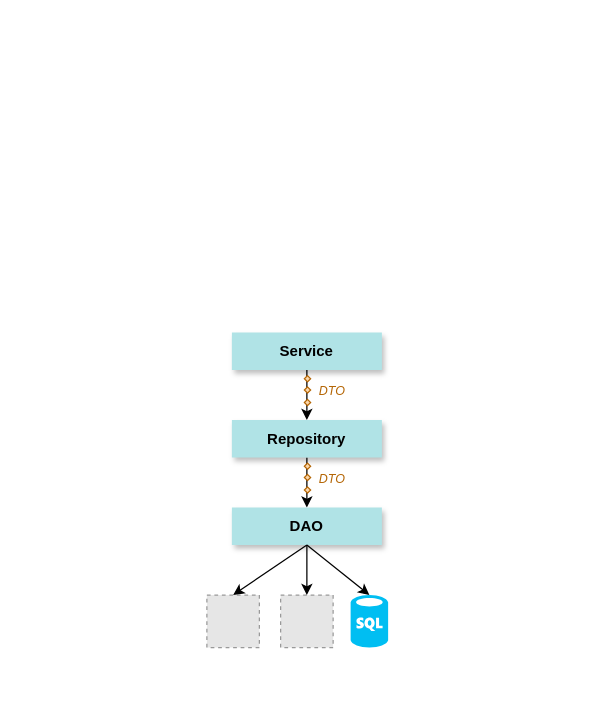
Above: page "packages" (1 of 4) of path/resources/diagrams.drawio in miguel-armas-abt/roadmap-java (draw.io), before the change. Source tidied: cells renumbered, new cells numbered last; positions are measured from the earlier drawing's top-left corner, leaving out a move shared by most shapes. Both pictures are drawn from the tidied source at 125%, with x=0, y=0 at pixel (194, 311). Pictures stored in the file or linked from it are replaced by grey dashed boxes.
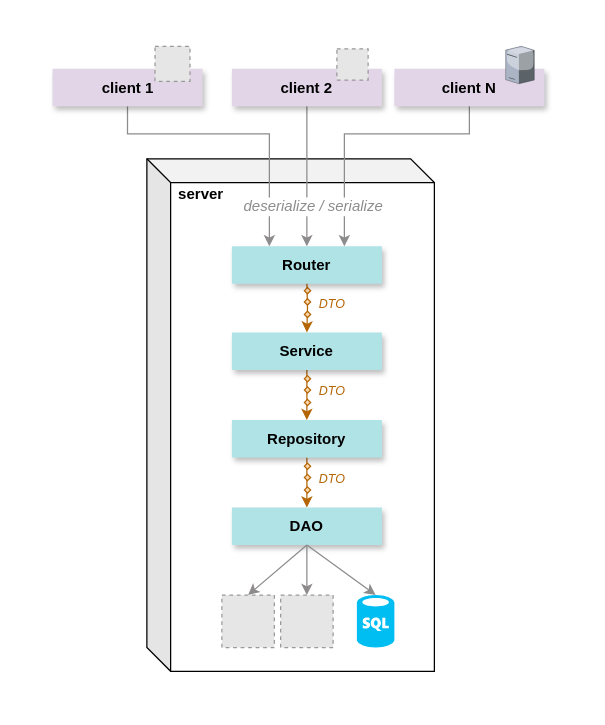
Above is the later version.

The change refers to these unchanged cells:
```xml
<mxCell id="4" value="Service" style="rounded=0;whiteSpace=wrap;html=1;fillColor=#b0e3e6;strokeColor=none;shadow=1;fontStyle=1;" parent="1" vertex="1">
  <mxGeometry x="30" y="16.5" width="120" height="30" as="geometry" />
</mxCell>
<mxCell id="6" value="Repository" style="rounded=0;whiteSpace=wrap;html=1;fillColor=#b0e3e6;strokeColor=none;shadow=1;fontStyle=1;" parent="1" vertex="1">
  <mxGeometry x="30" y="86.5" width="120" height="30" as="geometry" />
</mxCell>
<mxCell id="7" value="DAO" style="rounded=0;whiteSpace=wrap;html=1;fillColor=#b0e3e6;strokeColor=none;shadow=1;fontStyle=1;" parent="1" vertex="1">
  <mxGeometry x="30" y="156.5" width="120" height="30" as="geometry" />
</mxCell>
<mxCell id="10" style="fillColor=#E6E6E6;strokeColor=#999999;dashed=1;verticalLabelPosition=bottom;labelBackgroundColor=default;verticalAlign=top;" parent="1" vertex="1">
  <mxGeometry x="69" y="226.5" width="42" height="42" as="geometry" />
</mxCell>
```

What changed in the source:
```diff
@@
     <mxCell id="2" style="rounded=0;whiteSpace=wrap;html=1;strokeColor=none;" parent="1" vertex="1">
-      <mxGeometry width="180" height="286.5" as="geometry" />
+      <mxGeometry x="-138" y="-232.5" width="450" height="545.2" as="geometry" />
     </mxCell>
+    <mxCell id="24" style="shape=cube;whiteSpace=wrap;html=1;boundedLbl=1;backgroundOutline=1;darkOpacity=0.05;darkOpacity2=0.1;size=19;" parent="1" vertex="1">
+      <mxGeometry x="-38" y="-122.5" width="230" height="410" as="geometry" />
+    </mxCell>
-    <mxCell id="3" style="edgeStyle=orthogonalEdgeStyle;rounded=0;jettySize=auto;html=1;entryX=0.5;entryY=0;entryDx=0;entryDy=0;flowAnimation=1;" parent="1" edge="1" source="4" target="6">
+    <mxCell id="3" style="edgeStyle=orthogonalEdgeStyle;rounded=0;jettySize=auto;html=1;entryX=0.5;entryY=0;entryDx=0;entryDy=0;flowAnimation=1;strokeColor=#B46504;" parent="1" edge="1" source="4" target="6">
       <mxGeometry relative="1" as="geometry" />
     </mxCell>
@@
-    <mxCell id="5" style="edgeStyle=orthogonalEdgeStyle;rounded=0;jettySize=auto;html=1;entryX=0.5;entryY=0;entryDx=0;entryDy=0;flowAnimation=1;" parent="1" edge="1" source="6" target="7">
+    <mxCell id="5" style="edgeStyle=orthogonalEdgeStyle;rounded=0;jettySize=auto;html=1;entryX=0.5;entryY=0;entryDx=0;entryDy=0;flowAnimation=1;strokeColor=#B46504;" parent="1" edge="1" source="6" target="7">
       <mxGeometry relative="1" as="geometry" />
     </mxCell>
@@
     <mxCell id="8" style="verticalLabelPosition=bottom;html=1;verticalAlign=top;align=center;strokeColor=none;fillColor=#00BEF2;shape=mxgraph.azure.sql_database;" parent="1" vertex="1">
-      <mxGeometry x="125" y="226.5" width="30" height="42" as="geometry" />
+      <mxGeometry x="130" y="226.5" width="30" height="42" as="geometry" />
     </mxCell>
     <mxCell id="9" style="fillColor=#E6E6E6;strokeColor=#999999;dashed=1;verticalLabelPosition=bottom;labelBackgroundColor=default;verticalAlign=top;" parent="1" vertex="1">
-      <mxGeometry x="10" y="226.5" width="42" height="42" as="geometry" />
+      <mxGeometry x="22" y="226.5" width="42" height="42" as="geometry" />
     </mxCell>
@@
-    <mxCell id="11" style="endArrow=classic;html=1;rounded=0;exitX=0.5;exitY=1;exitDx=0;exitDy=0;entryX=0.5;entryY=0;entryDx=0;entryDy=0;flowAnimation=1;" parent="1" edge="1" source="7" target="9">
+    <mxCell id="11" style="endArrow=classic;html=1;rounded=0;exitX=0.5;exitY=1;exitDx=0;exitDy=0;entryX=0.5;entryY=0;entryDx=0;entryDy=0;flowAnimation=1;strokeColor=#8D8B8B;" parent="1" edge="1" source="7" target="9">
       <mxGeometry relative="1" as="geometry" />
     </mxCell>
-    <mxCell id="12" style="endArrow=classic;html=1;rounded=0;exitX=0.5;exitY=1;exitDx=0;exitDy=0;entryX=0.5;entryY=0;entryDx=0;entryDy=0;flowAnimation=1;" parent="1" edge="1" source="7" target="10">
+    <mxCell id="12" style="endArrow=classic;html=1;rounded=0;exitX=0.5;exitY=1;exitDx=0;exitDy=0;entryX=0.5;entryY=0;entryDx=0;entryDy=0;flowAnimation=1;strokeColor=#8D8B8B;" parent="1" edge="1" source="7" target="10">
       <mxGeometry relative="1" as="geometry" />
     </mxCell>
-    <mxCell id="13" style="endArrow=classic;html=1;rounded=0;entryX=0.5;entryY=0;entryDx=0;entryDy=0;flowAnimation=1;entryPerimeter=0;" parent="1" edge="1" target="8">
+    <mxCell id="13" style="endArrow=classic;html=1;rounded=0;entryX=0.5;entryY=0;entryDx=0;entryDy=0;flowAnimation=1;entryPerimeter=0;strokeColor=#8D8B8B;" parent="1" edge="1" target="8">
       <mxGeometry relative="1" as="geometry">
         <mxPoint x="90" y="186.5" as="sourcePoint" />
       </mxGeometry>
     </mxCell>
@@
+    <mxCell id="25" style="edgeStyle=orthogonalEdgeStyle;rounded=0;orthogonalLoop=1;jettySize=auto;html=1;entryX=0.5;entryY=0;entryDx=0;entryDy=0;flowAnimation=1;fontColor=#B46504;strokeColor=#B46504;" parent="1" edge="1">
+      <mxGeometry relative="1" as="geometry">
+        <mxPoint x="90" y="-23.5" as="sourcePoint" />
+        <mxPoint x="90" y="16.5" as="targetPoint" />
+      </mxGeometry>
+    </mxCell>
+    <mxCell id="26" style="group;" parent="1" vertex="1">
+      <mxGeometry x="88" y="-22.5" width="42" height="30" as="geometry" />
+    </mxCell>
+    <mxCell id="27" style="rhombus;whiteSpace=wrap;html=1;fillColor=#fad7ac;strokeColor=#b46504;" parent="26" vertex="1">
+      <mxGeometry y="3" width="5" height="5" as="geometry" />
+    </mxCell>
+    <mxCell id="28" style="rhombus;whiteSpace=wrap;html=1;fillColor=#fad7ac;strokeColor=#b46504;" parent="26" vertex="1">
+      <mxGeometry y="12" width="5" height="5" as="geometry" />
+    </mxCell>
+    <mxCell id="29" style="rhombus;whiteSpace=wrap;html=1;fillColor=#fad7ac;strokeColor=#b46504;" parent="26" vertex="1">
+      <mxGeometry y="22" width="5" height="5" as="geometry" />
+    </mxCell>
+    <mxCell id="30" value="DTO" style="text;html=1;align=center;verticalAlign=middle;strokeColor=none;fillColor=none;fontStyle=2;fontColor=#B46504;fontSize=10;" parent="26" vertex="1">
+      <mxGeometry x="2" width="40" height="30" as="geometry" />
+    </mxCell>
+    <mxCell id="31" value="Router" style="rounded=0;whiteSpace=wrap;html=1;fillColor=#b0e3e6;strokeColor=none;shadow=1;fontStyle=1;" parent="1" vertex="1">
+      <mxGeometry x="30" y="-52.5" width="120" height="30" as="geometry" />
+    </mxCell>
+    <mxCell id="32" style="edgeStyle=orthogonalEdgeStyle;rounded=0;jettySize=auto;html=1;entryX=0.25;entryY=0;entryDx=0;entryDy=0;flowAnimation=1;strokeColor=#8d8b8b;" parent="1" edge="1" source="33" target="31">
+      <mxGeometry relative="1" as="geometry">
+        <Array as="points">
+          <mxPoint x="-54" y="-142.5" />
+          <mxPoint x="60" y="-142.5" />
+        </Array>
+      </mxGeometry>
+    </mxCell>
+    <mxCell id="33" value="client 1" style="rounded=0;whiteSpace=wrap;html=1;fillColor=#e1d5e7;strokeColor=none;shadow=1;fontStyle=1;" parent="1" vertex="1">
+      <mxGeometry x="-113.5" y="-194.5" width="120" height="30" as="geometry" />
+    </mxCell>
+    <mxCell id="34" style="edgeStyle=orthogonalEdgeStyle;rounded=0;jettySize=auto;html=1;entryX=0.5;entryY=0;entryDx=0;entryDy=0;flowAnimation=1;strokeColor=#8d8b8b;" parent="1" edge="1" source="35" target="31">
+      <mxGeometry relative="1" as="geometry" />
+    </mxCell>
+    <mxCell id="35" value="client 2" style="rounded=0;whiteSpace=wrap;html=1;fillColor=#e1d5e7;strokeColor=none;shadow=1;fontStyle=1;" parent="1" vertex="1">
+      <mxGeometry x="30" y="-194.5" width="120" height="30" as="geometry" />
+    </mxCell>
+    <mxCell id="36" style="edgeStyle=orthogonalEdgeStyle;rounded=0;jettySize=auto;html=1;entryX=0.75;entryY=0;entryDx=0;entryDy=0;flowAnimation=1;strokeColor=#8d8b8b;" parent="1" edge="1" source="37" target="31">
+      <mxGeometry relative="1" as="geometry">
+        <Array as="points">
+          <mxPoint x="220" y="-142.5" />
+          <mxPoint x="120" y="-142.5" />
+        </Array>
+      </mxGeometry>
+    </mxCell>
+    <mxCell id="37" value="client N" style="rounded=0;whiteSpace=wrap;html=1;fillColor=#e1d5e7;strokeColor=none;shadow=1;fontStyle=1;" parent="1" vertex="1">
+      <mxGeometry x="160" y="-194.5" width="120" height="30" as="geometry" />
+    </mxCell>
+    <mxCell id="38" style="fillColor=#E6E6E6;strokeColor=#999999;dashed=1;html=1;verticalAlign=top;verticalLabelPosition=bottom;labelBackgroundColor=#ffffff;" parent="1" vertex="1">
+      <mxGeometry x="-31.5" y="-212.5" width="28" height="28" as="geometry" />
+    </mxCell>
+    <mxCell id="39" style="fillColor=#E6E6E6;strokeColor=#999999;dashed=1;html=1;verticalAlign=top;verticalLabelPosition=bottom;labelBackgroundColor=#ffffff;" parent="1" vertex="1">
+      <mxGeometry x="114" y="-210.5" width="25" height="25" as="geometry" />
+    </mxCell>
+    <mxCell id="40" style="verticalLabelPosition=bottom;sketch=0;html=1;verticalAlign=top;strokeColor=none;align=center;shape=mxgraph.citrix.tower_server;" parent="1" vertex="1">
+      <mxGeometry x="249" y="-212.5" width="22.9" height="30" as="geometry" />
+    </mxCell>
+    <mxCell id="41" value="&lt;i&gt;deserialize / serialize&lt;/i&gt;" style="text;html=1;align=center;verticalAlign=middle;strokeColor=none;fillColor=none;labelBackgroundColor=default;fontColor=#8D8B8B;" parent="1" vertex="1">
+      <mxGeometry x="30" y="-99.5" width="130" height="30" as="geometry" />
+    </mxCell>
+    <mxCell id="42" value="&lt;b&gt;server&lt;/b&gt;" style="text;html=1;align=center;verticalAlign=middle;strokeColor=none;fillColor=none;" parent="1" vertex="1">
+      <mxGeometry x="-25" y="-109.5" width="60" height="30" as="geometry" />
+    </mxCell>
```
